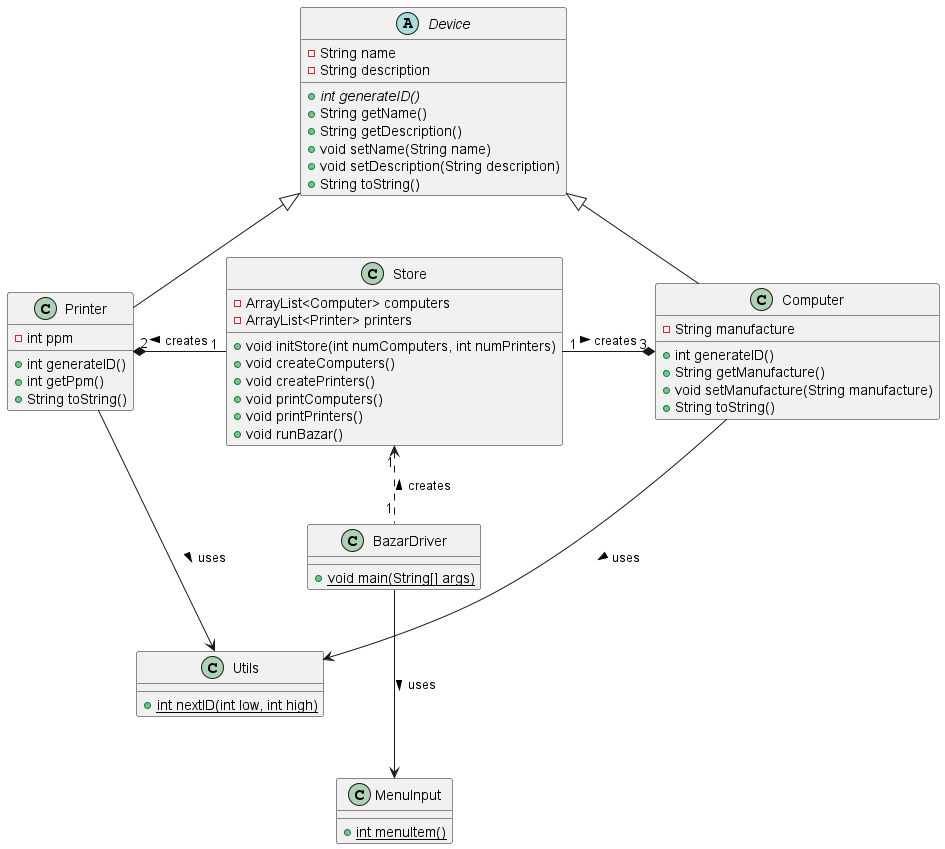
Above: Docs/UML Diagram.png in jenul-ferdinand/digital-bazaar (PlantUML), before the change.
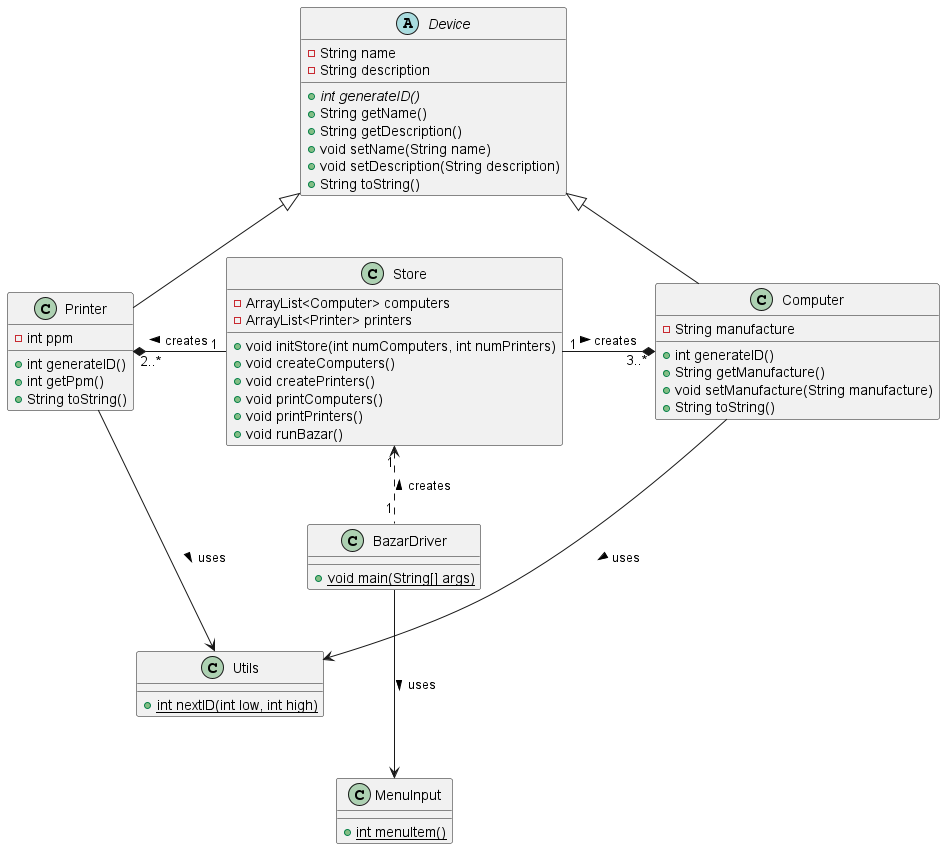
Later version of the same file.

What changed in the source:
```diff
@@ -52,8 +52,8 @@
 Printer -u-|> Device
 Computer -u-|> Device
 
-Printer "2" *-r- "1" Store : creates <
-Computer "3" *-l- "1" Store : creates <
+Printer "2..*" *-r- "1" Store : creates <
+Computer "3..*" *-l- "1" Store : creates <
 
 Printer ---> Utils : uses >
 Computer --->  Utils : uses >
```
